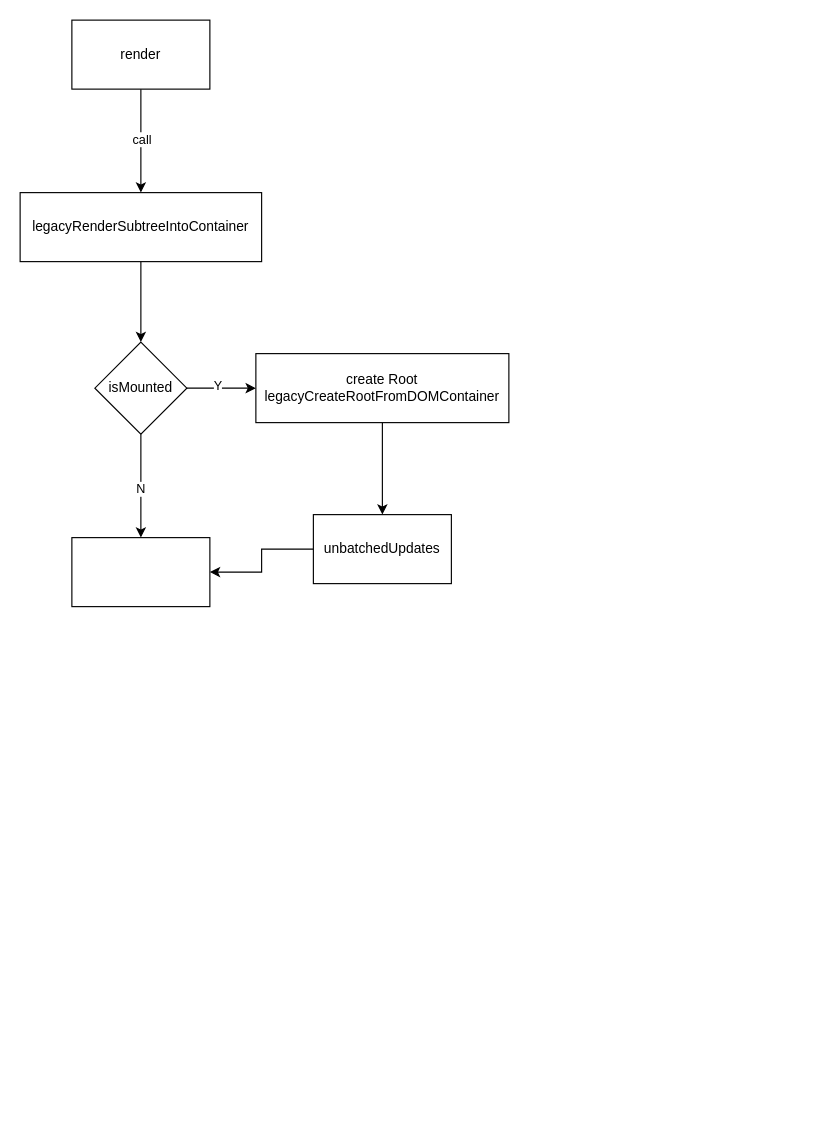
Earlier version of the draw.io diagram other/Untitled Diagram.drawio (Komorebi-q/Blog). Source tidied: cells renumbered, new cells numbered last; positions are measured from the earlier drawing's top-left corner, leaving out a move shared by most shapes. Both pictures are drawn from the tidied source at 115%, with x=0, y=0 at pixel (20, 20).
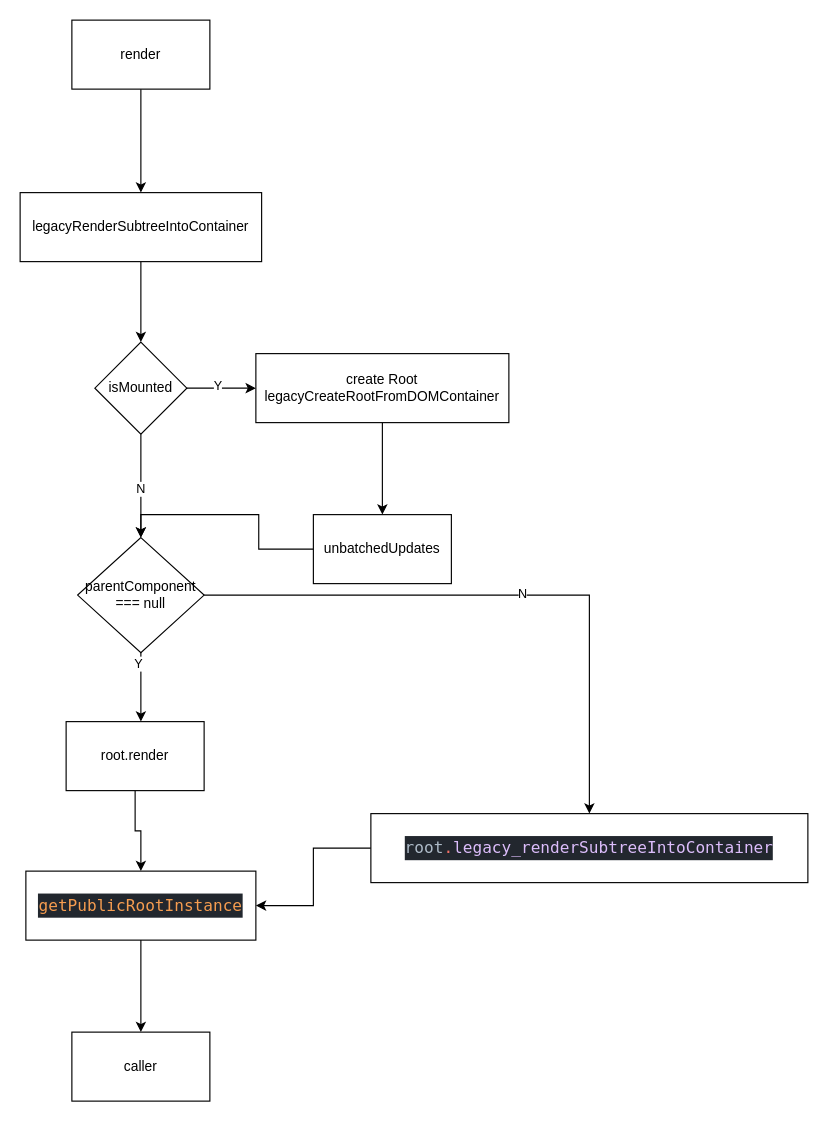
Above is the later version.

Unchanged cells that the change refers to:
```xml
<mxCell id="2" style="edgeStyle=orthogonalEdgeStyle;rounded=0;jettySize=auto;html=1;" parent="1" edge="1" source="4" target="6">
  <mxGeometry relative="1" as="geometry" />
</mxCell>
<mxCell id="11" value="isMounted&lt;br&gt;" style="rhombus;whiteSpace=wrap;html=1;rounded=0;" parent="1" vertex="1">
  <mxGeometry x="65" y="280" width="80" height="80" as="geometry" />
</mxCell>
<mxCell id="16" value="unbatchedUpdates" style="whiteSpace=wrap;html=1;rounded=0;" parent="1" vertex="1">
  <mxGeometry x="255" y="430" width="120" height="60" as="geometry" />
</mxCell>
```

Change to the diagram source:
```diff
@@
-    <mxCell id="3" value="call&lt;br&gt;" style="edgeLabel;html=1;align=center;verticalAlign=middle;" parent="2" vertex="1">
-      <mxGeometry x="-0.04" relative="1" as="geometry" />
-    </mxCell>
@@
-    <mxCell id="9" style="edgeStyle=orthogonalEdgeStyle;rounded=0;jettySize=auto;html=1;" parent="1" edge="1" source="11" target="14">
-      <mxGeometry relative="1" as="geometry" />
+    <mxCell id="9" style="edgeStyle=orthogonalEdgeStyle;rounded=0;jettySize=auto;html=1;" parent="1" edge="1" source="11">
+      <mxGeometry relative="1" as="geometry">
+        <mxPoint x="105" y="450" as="targetPoint" />
+      </mxGeometry>
     </mxCell>
@@
-    <mxCell id="14" style="whiteSpace=wrap;html=1;rounded=0;" parent="1" vertex="1">
-      <mxGeometry x="45" y="450" width="120" height="60" as="geometry" />
-    </mxCell>
+    <mxCell id="17" style="edgeStyle=orthogonalEdgeStyle;rounded=0;orthogonalLoop=1;jettySize=auto;html=1;" parent="1" edge="1">
+      <mxGeometry relative="1" as="geometry">
+        <mxPoint x="105" y="510" as="sourcePoint" />
+        <mxPoint x="105" y="610" as="targetPoint" />
+      </mxGeometry>
+    </mxCell>
+    <mxCell id="18" value="Y" style="edgeLabel;html=1;align=center;verticalAlign=middle;" parent="17" vertex="1">
+      <mxGeometry x="-0.03" y="-3" relative="1" as="geometry" />
+    </mxCell>
-    <mxCell id="15" style="edgeStyle=orthogonalEdgeStyle;rounded=0;jettySize=auto;html=1;" parent="1" edge="1" source="16" target="14">
+    <mxCell id="15" style="edgeStyle=orthogonalEdgeStyle;rounded=0;jettySize=auto;html=1;entryX=0.5;entryY=0;entryDx=0;entryDy=0;" parent="1" edge="1" source="16" target="23">
       <mxGeometry relative="1" as="geometry" />
     </mxCell>
@@
+    <mxCell id="19" style="edgeStyle=orthogonalEdgeStyle;rounded=0;jettySize=auto;html=1;" parent="1" edge="1" source="20" target="28">
+      <mxGeometry relative="1" as="geometry" />
+    </mxCell>
+    <mxCell id="20" value="&lt;div style=&quot;font-weight: normal ; line-height: 21px&quot;&gt;&lt;div style=&quot;color: rgb(173 , 186 , 199) ; background-color: rgb(34 , 39 , 46) ; font-family: &amp;#34;fira code&amp;#34; , &amp;#34;menlo&amp;#34; , &amp;#34;monaco&amp;#34; , &amp;#34;courier new&amp;#34; , monospace , &amp;#34;menlo&amp;#34; , &amp;#34;monaco&amp;#34; , &amp;#34;courier new&amp;#34; , monospace ; font-size: 14px ; line-height: 21px&quot;&gt;&lt;span style=&quot;color: #f69d50&quot;&gt;getPublicRootInstance&lt;/span&gt;&lt;/div&gt;&lt;/div&gt;" style="whiteSpace=wrap;html=1;rounded=0;" parent="1" vertex="1">
+      <mxGeometry x="5" y="740" width="200" height="60" as="geometry" />
+    </mxCell>
+    <mxCell id="21" style="edgeStyle=orthogonalEdgeStyle;rounded=0;jettySize=auto;html=1;" parent="1" edge="1" source="23" target="25">
+      <mxGeometry relative="1" as="geometry" />
+    </mxCell>
+    <mxCell id="22" value="N&lt;br&gt;" style="edgeLabel;html=1;align=center;verticalAlign=middle;" parent="21" vertex="1">
+      <mxGeometry x="0.05" y="2" relative="1" as="geometry" />
+    </mxCell>
+    <mxCell id="23" value="parentComponent === null" style="rhombus;whiteSpace=wrap;html=1;" parent="1" vertex="1">
+      <mxGeometry x="50" y="450" width="110" height="100" as="geometry" />
+    </mxCell>
+    <mxCell id="24" style="edgeStyle=orthogonalEdgeStyle;rounded=0;jettySize=auto;html=1;" parent="1" edge="1" source="25" target="20">
+      <mxGeometry relative="1" as="geometry" />
+    </mxCell>
+    <mxCell id="25" value="&lt;div style=&quot;color: rgb(173 , 186 , 199) ; background-color: rgb(34 , 39 , 46) ; font-family: &amp;#34;fira code&amp;#34; , &amp;#34;menlo&amp;#34; , &amp;#34;monaco&amp;#34; , &amp;#34;courier new&amp;#34; , monospace , &amp;#34;menlo&amp;#34; , &amp;#34;monaco&amp;#34; , &amp;#34;courier new&amp;#34; , monospace ; font-size: 14px ; line-height: 21px&quot;&gt;root&lt;span style=&quot;color: #f47067&quot;&gt;.&lt;/span&gt;&lt;span style=&quot;color: #dcbdfb&quot;&gt;legacy_renderSubtreeIntoContainer&lt;/span&gt;&lt;/div&gt;" style="whiteSpace=wrap;html=1;" parent="1" vertex="1">
+      <mxGeometry x="305" y="690" width="380" height="60" as="geometry" />
+    </mxCell>
+    <mxCell id="26" style="edgeStyle=orthogonalEdgeStyle;rounded=0;jettySize=auto;html=1;" parent="1" edge="1" source="27" target="20">
+      <mxGeometry relative="1" as="geometry" />
+    </mxCell>
+    <mxCell id="27" value="root.render" style="whiteSpace=wrap;html=1;" parent="1" vertex="1">
+      <mxGeometry x="40" y="610" width="120" height="60" as="geometry" />
+    </mxCell>
+    <mxCell id="28" value="caller" style="whiteSpace=wrap;html=1;rounded=0;" parent="1" vertex="1">
+      <mxGeometry x="45" y="880" width="120" height="60" as="geometry" />
+    </mxCell>
```
